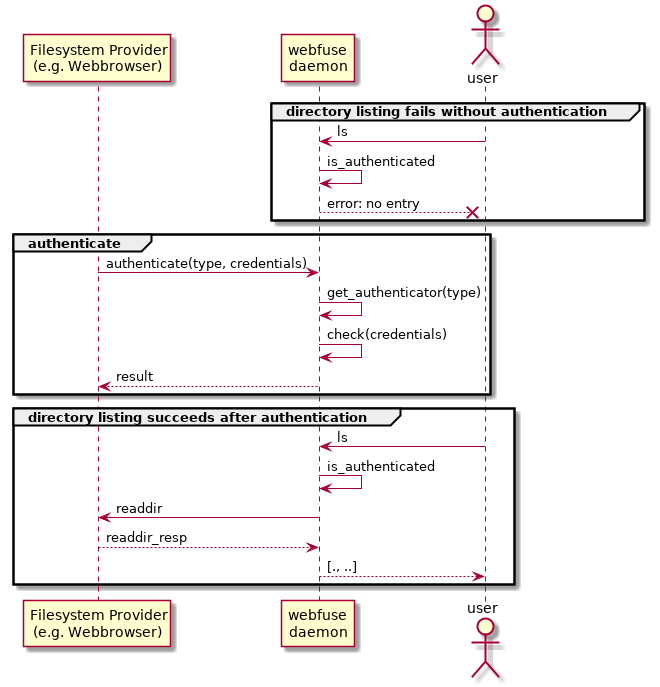
This is doc/authenticate.png from falk-werner/webfuse, a PlantUML export, as it was before one commit.
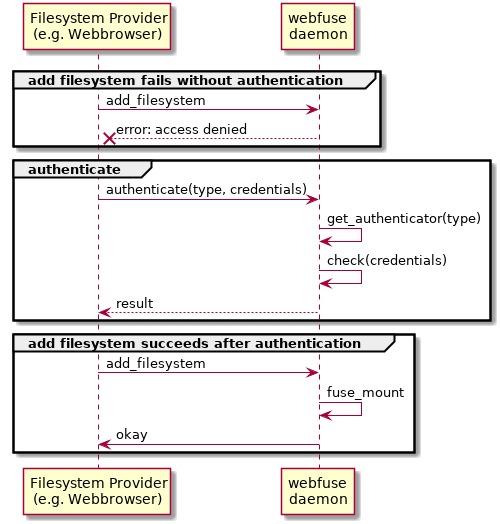
Later version of the same file.

Change to the diagram source:
```diff
@@ -1,12 +1,10 @@
 @startuml
 participant "Filesystem Provider\n(e.g. Webbrowser)" as provider
 participant "webfuse\ndaemon" as daemon
-actor "user" as user
 
-group directory listing fails without authentication
-user     -> daemon : ls
-daemon   -> daemon : is_authenticated
-daemon   -->x user : error: no entry
+group add filesystem fails without authentication
+provider -> daemon : add_filesystem
+daemon   -->x provider : error: access denied
 end
 
 
@@ -17,12 +15,10 @@
 daemon --> provider: result
 end
 
-group directory listing succeeds after authentication
-user     -> daemon : ls
-daemon   -> daemon : is_authenticated
-daemon   -> provider : readdir
-provider --> daemon : readdir_resp
-daemon   --> user : [., ..]
+group add filesystem succeeds after authentication
+    provider -> daemon: add_filesystem
+    daemon -> daemon : fuse_mount
+    daemon -> provider: okay
 end
 
 @enduml
```
